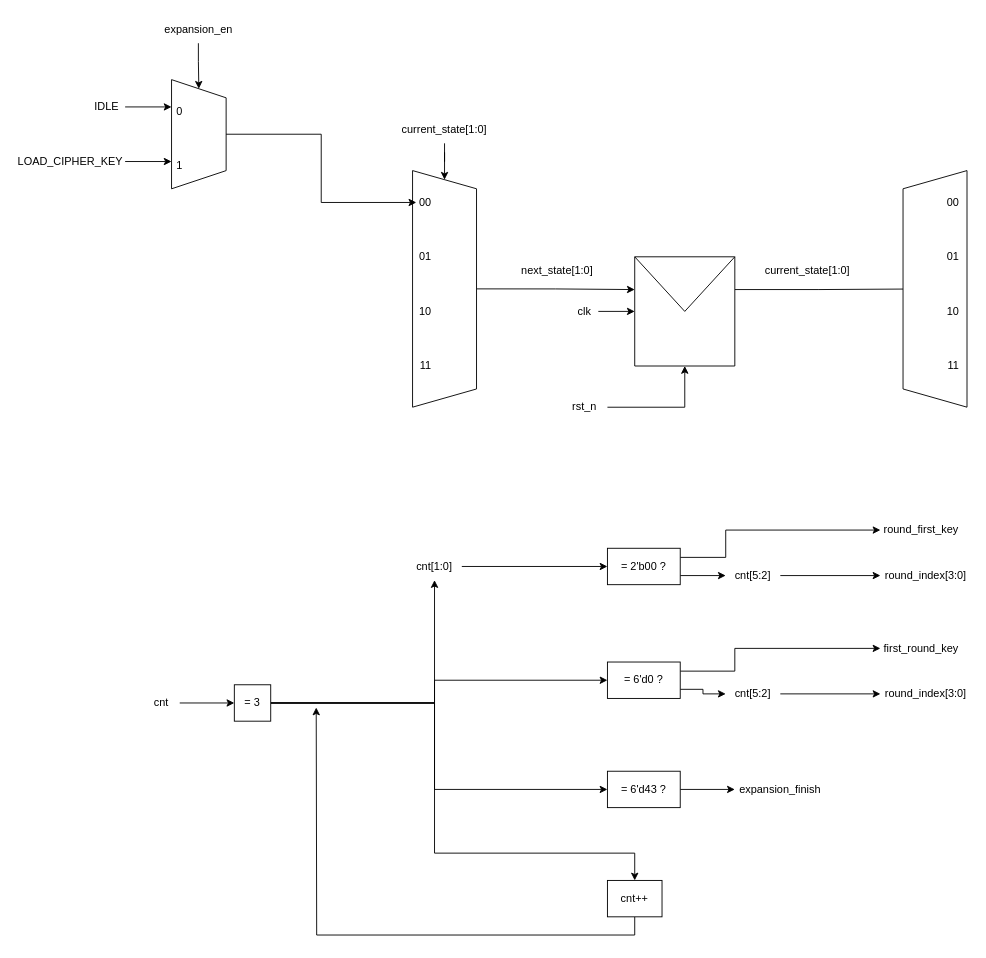
Above: diagram/drawio/AESKeyExpansion-CU_Low.drawio in LQLManZz/AES128-Verilog (draw.io), before the change. Source tidied: cells renumbered, new cells numbered last; positions are measured from the earlier drawing's top-left corner, leaving out a move shared by most shapes. Both pictures are drawn from the tidied source at 91%, with x=0, y=0 at pixel (15, 15).
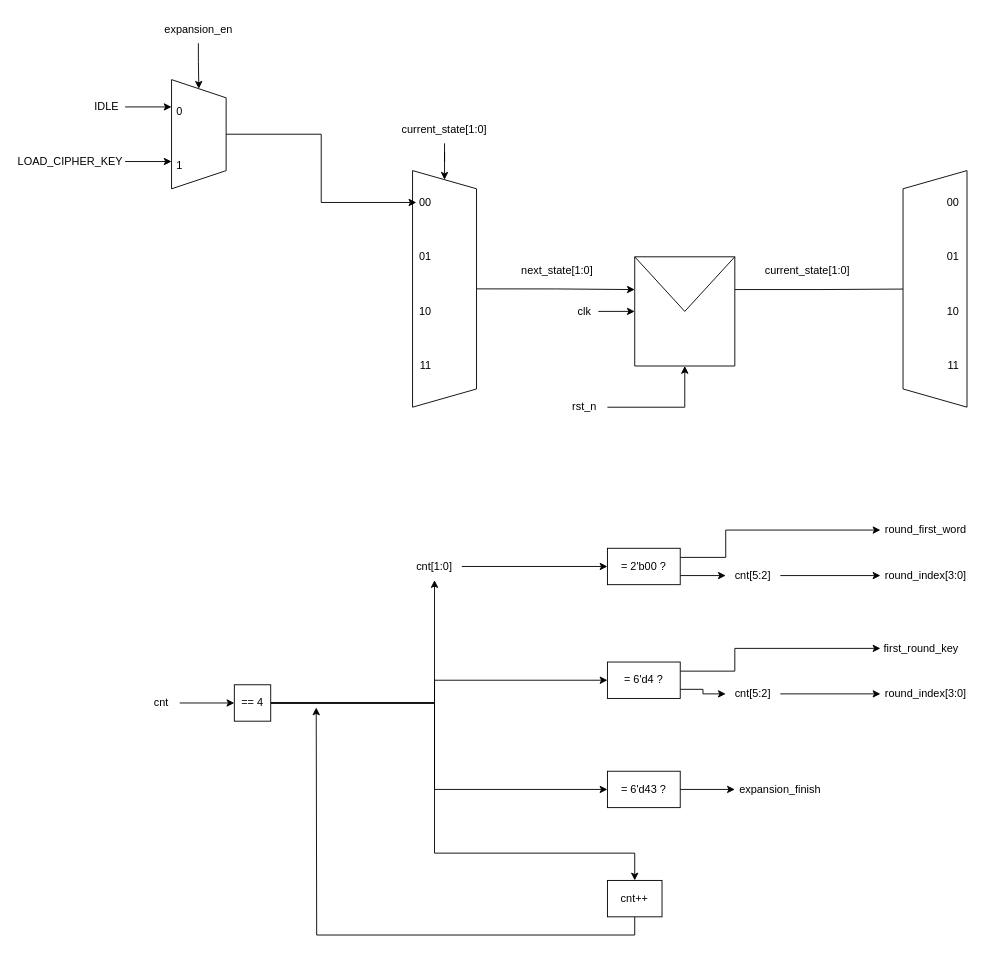
The same diagram, later.

The edit, as a diff of the source:
```diff
@@
-    <mxCell id="15" value="round_first_key" style="text;html=1;whiteSpace=wrap;strokeColor=none;fillColor=none;align=center;verticalAlign=middle;rounded=0;" parent="1" vertex="1">
-      <mxGeometry x="950" y="550" width="90" height="30" as="geometry" />
+    <mxCell id="15" value="round_first_word" style="text;html=1;whiteSpace=wrap;strokeColor=none;fillColor=none;align=center;verticalAlign=middle;rounded=0;" parent="1" vertex="1">
+      <mxGeometry x="950" y="550" width="100" height="30" as="geometry" />
     </mxCell>
@@
-    <mxCell id="22" value="= 6'd0 ?" style="whiteSpace=wrap;html=1;" parent="1" vertex="1">
+    <mxCell id="22" value="= 6'd4 ?" style="whiteSpace=wrap;html=1;" parent="1" vertex="1">
       <mxGeometry x="650" y="710" width="80" height="40" as="geometry" />
     </mxCell>
@@
-    <mxCell id="47" value="= 3" style="whiteSpace=wrap;html=1;" parent="1" vertex="1">
+    <mxCell id="47" value="== 4" style="whiteSpace=wrap;html=1;" parent="1" vertex="1">
       <mxGeometry x="240" y="735" width="40" height="40" as="geometry" />
     </mxCell>
```
